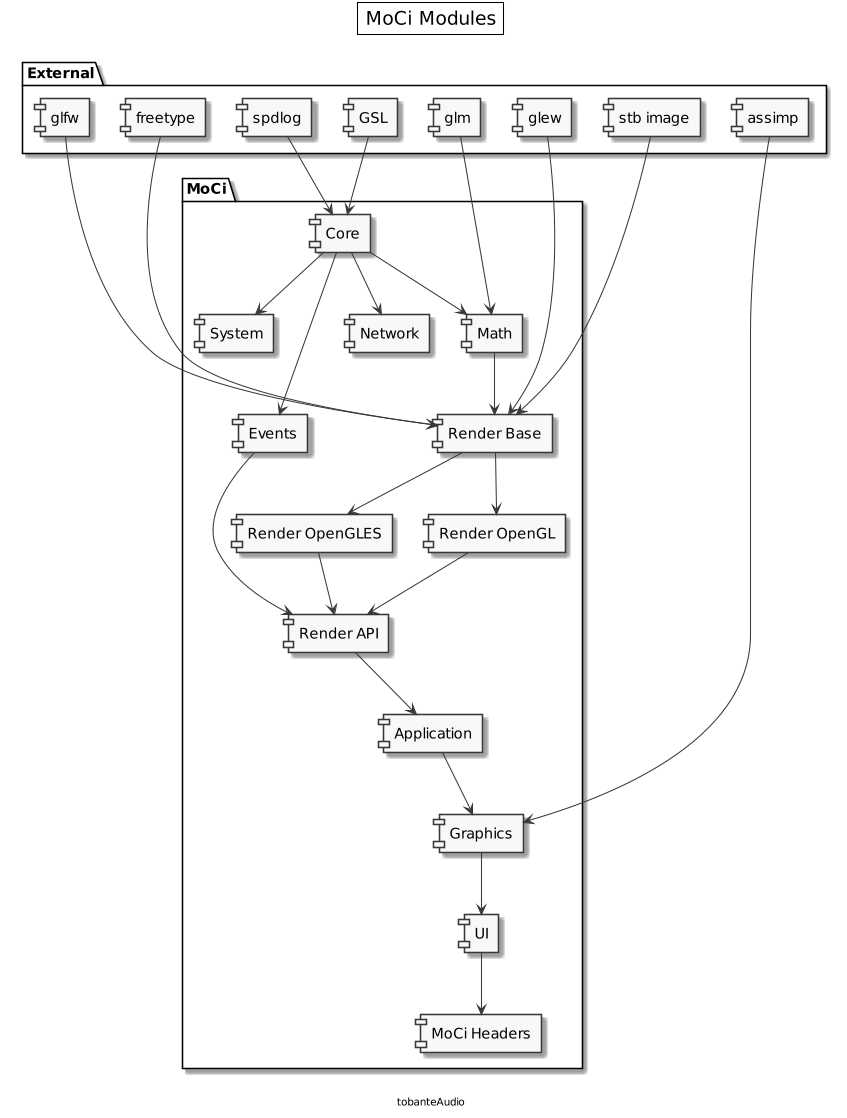
Above: docs/modules.png in tobanteAudio/moci (PlantUML), before the change.
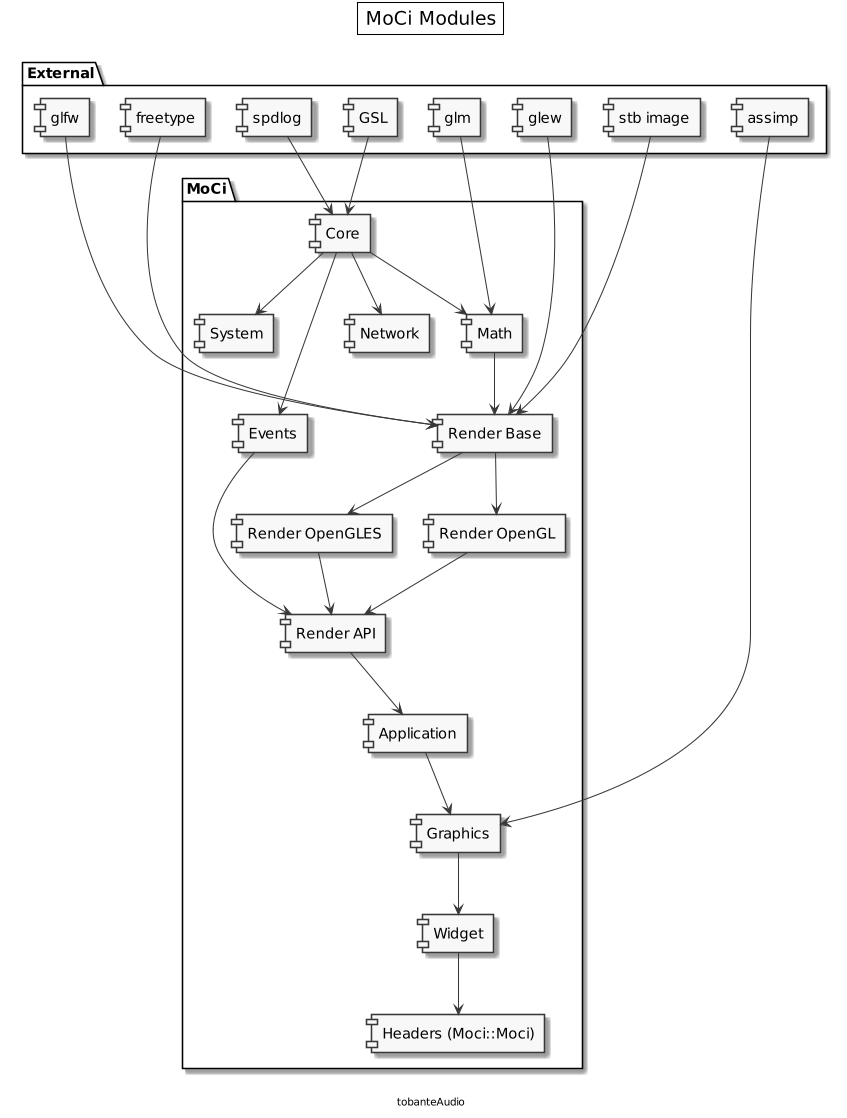
Above is the later version.

Commit message:
Update module deps image

Diff of the diagram source:
```diff
@@ -18,16 +18,16 @@
     [Application]
     [Core]
     [Events]
+    [Graphics]
+    [Headers (Moci::Moci)]
     [Math]
     [Network]
-    [System]
-    [Graphics]
-    [UI]
+    [Render API]
     [Render Base]
     [Render OpenGL]
     [Render OpenGLES]
-    [Render API]
-    [MoCi Headers]
+    [System]
+    [Widget]
 }
 
 package "External" {
@@ -72,8 +72,8 @@
 [Application] --> [Graphics]
 [assimp] --> [Graphics]
 
-[Graphics] --> [UI]
+[Graphics] --> [Widget]
 
-[UI] --> [MoCi Headers]
+[Widget] --> [Headers (Moci::Moci)]
 
 @enduml
```
